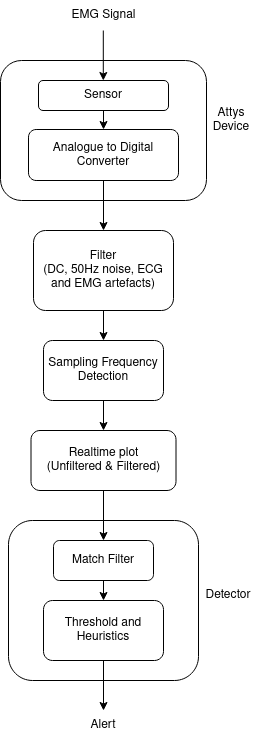
The draw.io diagram Flowchart.png in Biomeds-can-code/EMG-posture-corrector-IIR-filter, before a commit. Source tidied: cells renumbered, new cells last; positions are measured from the earlier drawing's top-left corner, leaving out a move shared by most shapes.
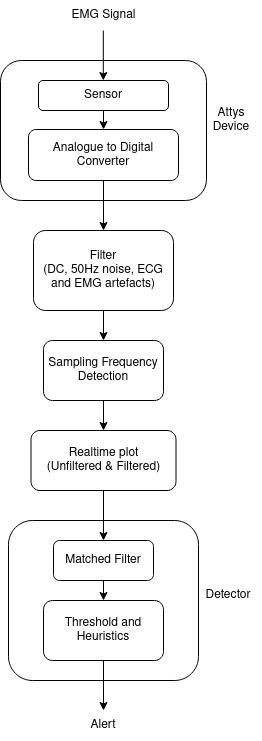
Above is the later version.

Diff of the diagram source:
```diff
@@ -41,7 +41,7 @@
     <mxCell id="14" style="edgeStyle=orthogonalEdgeStyle;rounded=0;jettySize=auto;html=1;exitX=0.5;exitY=1;exitDx=0;exitDy=0;entryX=0.5;entryY=0;entryDx=0;entryDy=0;" parent="1" edge="1" source="15" target="17">
       <mxGeometry relative="1" as="geometry" />
     </mxCell>
-    <mxCell id="15" value="Match Filter" style="rounded=1;whiteSpace=wrap;html=1;fillColor=default;" parent="1" vertex="1">
+    <mxCell id="15" value="Matched Filter" style="rounded=1;whiteSpace=wrap;html=1;fillColor=default;" parent="1" vertex="1">
       <mxGeometry x="53" y="540" width="100" height="40" as="geometry" />
     </mxCell>
     <mxCell id="16" style="edgeStyle=orthogonalEdgeStyle;rounded=0;jettySize=auto;html=1;exitX=0.5;exitY=1;exitDx=0;exitDy=0;entryX=0.5;entryY=0;entryDx=0;entryDy=0;" parent="1" edge="1" source="17">
```
